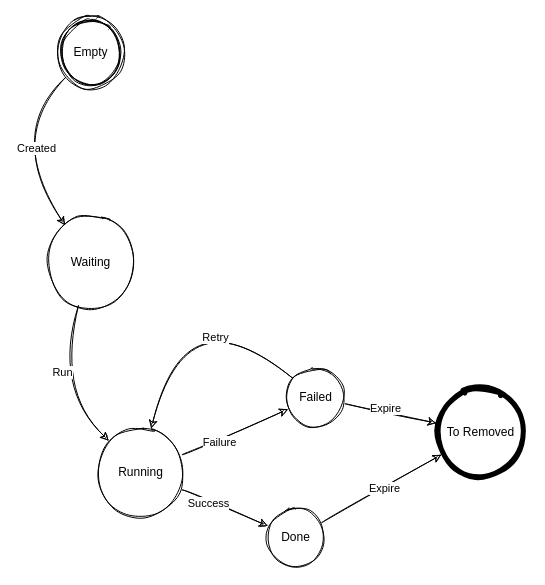
estrondo/diagrams.net keeps this draw.io diagram as page "Simulation - SMD" (2 of 2) of stars-simulator.drawio. Above is the earlier version. Source tidied: cells renumbered, new cells numbered last; positions are measured from the earlier drawing's top-left corner, leaving out a move shared by most shapes. Both pictures are drawn from the tidied source at 100%, with x=0, y=0 at pixel (5, 17).
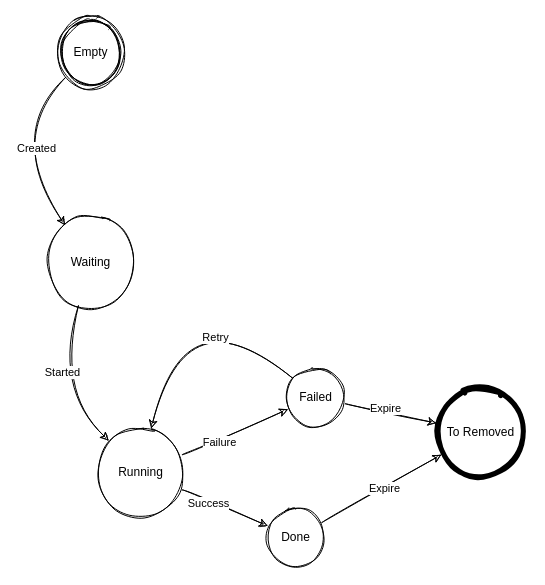
The same diagram, later.

Unchanged cells that the change refers to:
```xml
<mxCell id="6" style="endArrow=classic;html=1;rounded=0;sketch=1;curved=1;" parent="1" edge="1" source="3" target="8">
  <mxGeometry relative="1" as="geometry">
    <Array as="points">
      <mxPoint x="50" y="370" />
    </Array>
  </mxGeometry>
</mxCell>
```

Change to the diagram source:
```diff
@@
-    <mxCell id="7" value="Run" style="edgeLabel;html=1;align=center;verticalAlign=middle;" parent="6" vertex="1">
+    <mxCell id="7" value="Started" style="edgeLabel;html=1;align=center;verticalAlign=middle;labelBackgroundColor=default;fontColor=default;" parent="6" vertex="1">
       <mxGeometry x="-0.33" y="-13" relative="1" as="geometry">
         <mxPoint x="11" y="18" as="offset" />
       </mxGeometry>
     </mxCell>
```
